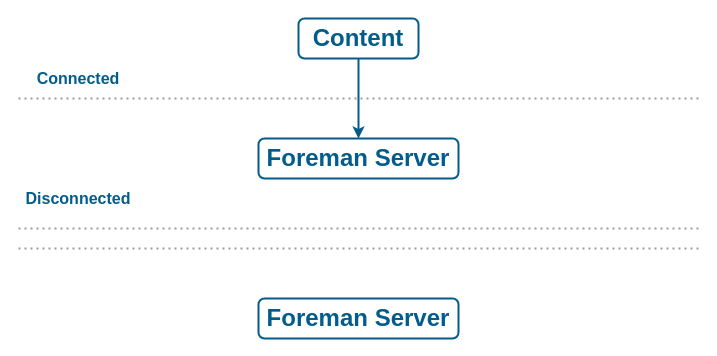
Before: guides/doc-Content_Management_Guide/images/disconnected_non_airgapped.drawio in theforeman/foreman-documentation, a draw.io diagram. Source tidied: cells renumbered, new cells numbered last; positions are measured from the earlier drawing's top-left corner, leaving out a move shared by most shapes. Both pictures are drawn from the tidied source at 100%, with x=0, y=0 at pixel (18, 18).
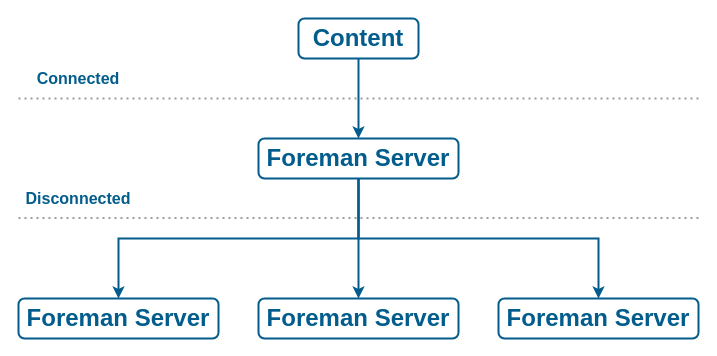
The same diagram, later.

Commit message:
Replace drawio original for disconnected_non_airgapped.png

The change refers to these unchanged cells:
```xml
<mxCell id="3" value="Foreman Server" style="rounded=1;whiteSpace=wrap;html=1;fontSize=24;fontStyle=1;fontColor=#025D8C;fillColor=none;strokeColor=#025D8C;strokeWidth=2;" parent="1" vertex="1">
  <mxGeometry x="240" y="120" width="200" height="40" as="geometry" />
</mxCell>
```

What changed in the source:
```diff
@@
+    <mxCell id="12" value="Foreman Server" style="rounded=1;whiteSpace=wrap;html=1;fontSize=24;fontStyle=1;fontColor=#025D8C;fillColor=none;strokeColor=#025D8C;strokeWidth=2;" parent="1" vertex="1">
+      <mxGeometry x="240" y="280" width="200" height="40" as="geometry" />
+    </mxCell>
+    <mxCell id="13" value="Foreman Server" style="rounded=1;whiteSpace=wrap;html=1;fontSize=24;fontStyle=1;fontColor=#025D8C;fillColor=none;strokeColor=#025D8C;strokeWidth=2;" parent="1" vertex="1">
+      <mxGeometry x="480" y="280" width="200" height="40" as="geometry" />
+    </mxCell>
     <mxCell id="6" value="Foreman Server" style="rounded=1;whiteSpace=wrap;html=1;fontSize=24;fontStyle=1;fontColor=#025D8C;fillColor=none;strokeColor=#025D8C;strokeWidth=2;" parent="1" vertex="1">
-      <mxGeometry x="240" y="280" width="200" height="40" as="geometry" />
+      <mxGeometry y="280" width="200" height="40" as="geometry" />
     </mxCell>
+    <mxCell id="14" style="endArrow=classic;html=1;fontSize=14;fontColor=#025D8C;strokeColor=#025D8C;strokeWidth=2;" parent="1" edge="1" source="3" target="12">
+      <mxGeometry relative="1" as="geometry" />
+    </mxCell>
+    <mxCell id="15" style="endArrow=classic;html=1;fontSize=14;fontColor=#025D8C;strokeColor=#025D8C;strokeWidth=2;rounded=0;" parent="1" edge="1" source="3" target="6">
+      <mxGeometry relative="1" as="geometry">
+        <Array as="points">
+          <mxPoint x="340" y="220" />
+          <mxPoint x="100" y="220" />
+        </Array>
+      </mxGeometry>
+    </mxCell>
+    <mxCell id="16" style="endArrow=classic;html=1;fontSize=14;fontColor=#025D8C;strokeColor=#025D8C;strokeWidth=2;rounded=0;" parent="1" edge="1" source="3" target="13">
+      <mxGeometry relative="1" as="geometry">
+        <Array as="points">
+          <mxPoint x="340" y="220" />
+          <mxPoint x="580" y="220" />
+        </Array>
+      </mxGeometry>
+    </mxCell>
@@
     <mxCell id="9" style="endArrow=none;html=1;fontSize=14;fontColor=#025D8C;strokeWidth=2;dashed=1;dashPattern=1 2;strokeColor=#9C9C9C;endFill=0;" parent="1" edge="1">
       <mxGeometry relative="1" as="geometry">
-        <mxPoint y="210" as="sourcePoint" />
-        <mxPoint x="680" y="210" as="targetPoint" />
+        <mxPoint y="199.4" as="sourcePoint" />
+        <mxPoint x="680" y="199.4" as="targetPoint" />
       </mxGeometry>
     </mxCell>
@@
-    <mxCell id="11" style="endArrow=none;html=1;fontSize=14;fontColor=#025D8C;strokeWidth=2;dashed=1;dashPattern=1 2;strokeColor=#9C9C9C;endFill=0;" parent="1" edge="1">
-      <mxGeometry relative="1" as="geometry">
-        <mxPoint y="230" as="sourcePoint" />
-        <mxPoint x="680" y="230" as="targetPoint" />
-      </mxGeometry>
-    </mxCell>
```
